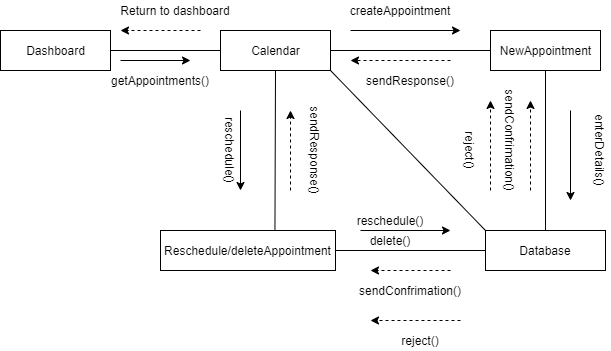
kkasharaj17/SE-project keeps this draw.io diagram as Diagrams/Collaboration Diagrams/COL_04-05-06-07-08-09_Create Reschedule Delete Accept.png. Above is the earlier version. Source tidied: cells renumbered, new cells last; positions are measured from the earlier drawing's top-left corner, leaving out a move shared by most shapes. Source of this version:
```xml
<mxGraphModel>
  <root>
    <mxCell id="0" />
    <mxCell id="1" parent="0" />
    <mxCell id="2" value="Dashboard" style="html=1;" parent="1" vertex="1">
      <mxGeometry y="30" width="110" height="40" as="geometry" />
    </mxCell>
    <mxCell id="3" value="Calendar" style="html=1;" parent="1" vertex="1">
      <mxGeometry x="220" y="30" width="110" height="40" as="geometry" />
    </mxCell>
    <mxCell id="4" value="NewAppointment" style="html=1;" parent="1" vertex="1">
      <mxGeometry x="490" y="30" width="110" height="40" as="geometry" />
    </mxCell>
    <mxCell id="5" style="endArrow=none;html=1;exitX=1;exitY=0.5;exitDx=0;exitDy=0;entryX=0;entryY=0.5;entryDx=0;entryDy=0;" parent="1" edge="1" source="2" target="3">
      <mxGeometry relative="1" as="geometry" />
    </mxCell>
    <mxCell id="6" style="endArrow=none;html=1;exitX=0;exitY=0.5;exitDx=0;exitDy=0;entryX=1;entryY=0.5;entryDx=0;entryDy=0;" parent="1" edge="1" source="4" target="3">
      <mxGeometry relative="1" as="geometry" />
    </mxCell>
    <mxCell id="7" value="Database" style="rounded=0;whiteSpace=wrap;html=1;" parent="1" vertex="1">
      <mxGeometry x="485" y="230" width="120" height="40" as="geometry" />
    </mxCell>
    <mxCell id="8" value="Reschedule/deleteAppointment" style="rounded=0;whiteSpace=wrap;html=1;" parent="1" vertex="1">
      <mxGeometry x="160" y="230" width="175" height="40" as="geometry" />
    </mxCell>
    <mxCell id="9" style="endArrow=none;html=1;exitX=0.5;exitY=1;exitDx=0;exitDy=0;entryX=0.5;entryY=0;entryDx=0;entryDy=0;" parent="1" edge="1" source="4" target="7">
      <mxGeometry relative="1" as="geometry" />
    </mxCell>
    <mxCell id="10" style="endArrow=none;html=1;exitX=0;exitY=0.5;exitDx=0;exitDy=0;entryX=1;entryY=0.5;entryDx=0;entryDy=0;" parent="1" edge="1" source="7" target="8">
      <mxGeometry relative="1" as="geometry" />
    </mxCell>
    <mxCell id="11" style="endArrow=none;html=1;exitX=0.654;exitY=-0.025;exitDx=0;exitDy=0;entryX=0.5;entryY=1;entryDx=0;entryDy=0;exitPerimeter=0;" parent="1" edge="1" source="8" target="3">
      <mxGeometry relative="1" as="geometry" />
    </mxCell>
    <mxCell id="12" style="endArrow=none;html=1;exitX=1;exitY=1;exitDx=0;exitDy=0;entryX=0;entryY=0;entryDx=0;entryDy=0;" parent="1" edge="1" source="3" target="7">
      <mxGeometry relative="1" as="geometry" />
    </mxCell>
    <mxCell id="13" style="endArrow=classic;html=1;dashed=1;" parent="1" edge="1">
      <mxGeometry relative="1" as="geometry">
        <mxPoint x="200" y="30" as="sourcePoint" />
        <mxPoint x="120" y="30" as="targetPoint" />
      </mxGeometry>
    </mxCell>
    <mxCell id="14" value="Return to dashboard" style="text;html=1;strokeColor=none;fillColor=none;align=center;verticalAlign=middle;whiteSpace=wrap;rounded=0;" parent="1" vertex="1">
      <mxGeometry x="100" width="150" height="20" as="geometry" />
    </mxCell>
    <mxCell id="15" style="endArrow=classic;html=1;" parent="1" edge="1">
      <mxGeometry relative="1" as="geometry">
        <mxPoint x="350" y="30" as="sourcePoint" />
        <mxPoint x="460" y="30" as="targetPoint" />
      </mxGeometry>
    </mxCell>
    <mxCell id="16" value="createAppointment" style="text;html=1;strokeColor=none;fillColor=none;align=center;verticalAlign=middle;whiteSpace=wrap;rounded=0;" parent="1" vertex="1">
      <mxGeometry x="380" width="40" height="20" as="geometry" />
    </mxCell>
    <mxCell id="17" style="endArrow=classic;html=1;" parent="1" edge="1">
      <mxGeometry relative="1" as="geometry">
        <mxPoint x="570" y="110" as="sourcePoint" />
        <mxPoint x="570" y="200" as="targetPoint" />
      </mxGeometry>
    </mxCell>
    <mxCell id="18" style="endArrow=classic;html=1;" parent="1" edge="1">
      <mxGeometry relative="1" as="geometry">
        <mxPoint x="360" y="230" as="sourcePoint" />
        <mxPoint x="450" y="230" as="targetPoint" />
      </mxGeometry>
    </mxCell>
    <mxCell id="19" value="reschedule()" style="text;html=1;strokeColor=none;fillColor=none;align=center;verticalAlign=middle;whiteSpace=wrap;rounded=0;" parent="1" vertex="1">
      <mxGeometry x="370" y="210" width="40" height="20" as="geometry" />
    </mxCell>
    <mxCell id="20" value="reschedule()" style="text;html=1;strokeColor=none;fillColor=none;align=center;verticalAlign=middle;whiteSpace=wrap;rounded=0;rotation=90;" parent="1" vertex="1">
      <mxGeometry x="210" y="140" width="40" height="20" as="geometry" />
    </mxCell>
    <mxCell id="21" style="endArrow=classic;html=1;" parent="1" edge="1">
      <mxGeometry relative="1" as="geometry">
        <mxPoint x="240" y="110" as="sourcePoint" />
        <mxPoint x="240" y="190" as="targetPoint" />
      </mxGeometry>
    </mxCell>
    <mxCell id="22" style="endArrow=classic;html=1;dashed=1;" parent="1" edge="1">
      <mxGeometry relative="1" as="geometry">
        <mxPoint x="290" y="190" as="sourcePoint" />
        <mxPoint x="290" y="110" as="targetPoint" />
      </mxGeometry>
    </mxCell>
    <mxCell id="23" style="endArrow=classic;html=1;dashed=1;" parent="1" edge="1">
      <mxGeometry relative="1" as="geometry">
        <mxPoint x="450" y="270" as="sourcePoint" />
        <mxPoint x="370" y="270" as="targetPoint" />
      </mxGeometry>
    </mxCell>
    <mxCell id="24" style="endArrow=classic;html=1;dashed=1;" parent="1" edge="1">
      <mxGeometry relative="1" as="geometry">
        <mxPoint x="530" y="190" as="sourcePoint" />
        <mxPoint x="530" y="100" as="targetPoint" />
      </mxGeometry>
    </mxCell>
    <mxCell id="25" style="endArrow=classic;html=1;dashed=1;" parent="1" edge="1">
      <mxGeometry relative="1" as="geometry">
        <mxPoint x="450" y="60" as="sourcePoint" />
        <mxPoint x="350" y="60" as="targetPoint" />
      </mxGeometry>
    </mxCell>
    <mxCell id="26" value="sendConfrimation()" style="text;html=1;strokeColor=none;fillColor=none;align=center;verticalAlign=middle;whiteSpace=wrap;rounded=0;" parent="1" vertex="1">
      <mxGeometry x="390" y="280" width="40" height="20" as="geometry" />
    </mxCell>
    <mxCell id="27" value="sendResponse()" style="text;html=1;strokeColor=none;fillColor=none;align=center;verticalAlign=middle;whiteSpace=wrap;rounded=0;rotation=90;" parent="1" vertex="1">
      <mxGeometry x="295" y="140" width="40" height="20" as="geometry" />
    </mxCell>
    <mxCell id="28" value="sendConfrimation()" style="text;html=1;strokeColor=none;fillColor=none;align=center;verticalAlign=middle;whiteSpace=wrap;rounded=0;rotation=90;" parent="1" vertex="1">
      <mxGeometry x="490" y="130" width="40" height="20" as="geometry" />
    </mxCell>
    <mxCell id="29" value="sendResponse()" style="text;html=1;strokeColor=none;fillColor=none;align=center;verticalAlign=middle;whiteSpace=wrap;rounded=0;rotation=0;" parent="1" vertex="1">
      <mxGeometry x="390" y="70" width="40" height="20" as="geometry" />
    </mxCell>
    <mxCell id="30" style="endArrow=classic;html=1;dashed=1;" parent="1" edge="1">
      <mxGeometry relative="1" as="geometry">
        <mxPoint x="490" y="190" as="sourcePoint" />
        <mxPoint x="490" y="100" as="targetPoint" />
      </mxGeometry>
    </mxCell>
    <mxCell id="31" value="reject()" style="text;html=1;strokeColor=none;fillColor=none;align=center;verticalAlign=middle;whiteSpace=wrap;rounded=0;rotation=90;" parent="1" vertex="1">
      <mxGeometry x="450" y="140" width="40" height="20" as="geometry" />
    </mxCell>
    <mxCell id="32" style="endArrow=classic;html=1;dashed=1;" parent="1" edge="1">
      <mxGeometry relative="1" as="geometry">
        <mxPoint x="460" y="320" as="sourcePoint" />
        <mxPoint x="370" y="320" as="targetPoint" />
      </mxGeometry>
    </mxCell>
    <mxCell id="33" value="reject()" style="text;html=1;strokeColor=none;fillColor=none;align=center;verticalAlign=middle;whiteSpace=wrap;rounded=0;rotation=0;" parent="1" vertex="1">
      <mxGeometry x="400" y="330" width="40" height="20" as="geometry" />
    </mxCell>
    <mxCell id="34" value="enterDetails()" style="text;html=1;strokeColor=none;fillColor=none;align=center;verticalAlign=middle;whiteSpace=wrap;rounded=0;rotation=90;" parent="1" vertex="1">
      <mxGeometry x="580" y="140" width="40" height="20" as="geometry" />
    </mxCell>
    <mxCell id="35" value="getAppointments()" style="text;html=1;strokeColor=none;fillColor=none;align=center;verticalAlign=middle;whiteSpace=wrap;rounded=0;" parent="1" vertex="1">
      <mxGeometry x="140" y="70" width="40" height="20" as="geometry" />
    </mxCell>
    <mxCell id="36" style="endArrow=classic;html=1;" parent="1" edge="1">
      <mxGeometry relative="1" as="geometry">
        <mxPoint x="120" y="60" as="sourcePoint" />
        <mxPoint x="190" y="60" as="targetPoint" />
      </mxGeometry>
    </mxCell>
    <mxCell id="37" value="delete()" style="text;html=1;strokeColor=none;fillColor=none;align=center;verticalAlign=middle;whiteSpace=wrap;rounded=0;" parent="1" vertex="1">
      <mxGeometry x="370" y="230" width="40" height="20" as="geometry" />
    </mxCell>
  </root>
</mxGraphModel>
```
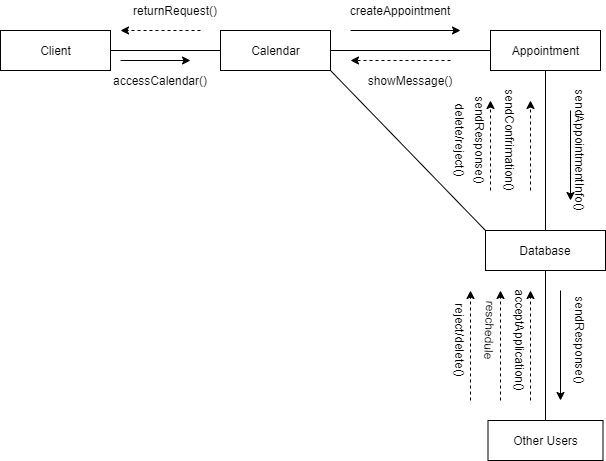
After the commit.

Change to the diagram source:
```diff
@@ -2,13 +2,13 @@
   <root>
     <mxCell id="0" />
     <mxCell id="1" parent="0" />
-    <mxCell id="2" value="Dashboard" style="html=1;" parent="1" vertex="1">
+    <mxCell id="2" value="Client" style="html=1;" parent="1" vertex="1">
       <mxGeometry y="30" width="110" height="40" as="geometry" />
     </mxCell>
     <mxCell id="3" value="Calendar" style="html=1;" parent="1" vertex="1">
       <mxGeometry x="220" y="30" width="110" height="40" as="geometry" />
     </mxCell>
-    <mxCell id="4" value="NewAppointment" style="html=1;" parent="1" vertex="1">
+    <mxCell id="4" value="Appointment" style="html=1;" parent="1" vertex="1">
       <mxGeometry x="490" y="30" width="110" height="40" as="geometry" />
     </mxCell>
     <mxCell id="5" style="endArrow=none;html=1;exitX=1;exitY=0.5;exitDx=0;exitDy=0;entryX=0;entryY=0.5;entryDx=0;entryDy=0;" parent="1" edge="1" source="2" target="3">
@@ -20,18 +20,15 @@
     <mxCell id="7" value="Database" style="rounded=0;whiteSpace=wrap;html=1;" parent="1" vertex="1">
       <mxGeometry x="485" y="230" width="120" height="40" as="geometry" />
     </mxCell>
-    <mxCell id="8" value="Reschedule/deleteAppointment" style="rounded=0;whiteSpace=wrap;html=1;" parent="1" vertex="1">
-      <mxGeometry x="160" y="230" width="175" height="40" as="geometry" />
+    <mxCell id="8" value="Other Users" style="rounded=0;whiteSpace=wrap;html=1;" parent="1" vertex="1">
+      <mxGeometry x="487.5" y="420" width="115" height="40" as="geometry" />
     </mxCell>
     <mxCell id="9" style="endArrow=none;html=1;exitX=0.5;exitY=1;exitDx=0;exitDy=0;entryX=0.5;entryY=0;entryDx=0;entryDy=0;" parent="1" edge="1" source="4" target="7">
       <mxGeometry relative="1" as="geometry" />
     </mxCell>
-    <mxCell id="10" style="endArrow=none;html=1;exitX=0;exitY=0.5;exitDx=0;exitDy=0;entryX=1;entryY=0.5;entryDx=0;entryDy=0;" parent="1" edge="1" source="7" target="8">
+    <mxCell id="10" style="endArrow=none;html=1;exitX=0.5;exitY=1;exitDx=0;exitDy=0;entryX=0.5;entryY=0;entryDx=0;entryDy=0;" parent="1" edge="1" source="7" target="8">
       <mxGeometry relative="1" as="geometry" />
     </mxCell>
-    <mxCell id="11" style="endArrow=none;html=1;exitX=0.654;exitY=-0.025;exitDx=0;exitDy=0;entryX=0.5;entryY=1;entryDx=0;entryDy=0;exitPerimeter=0;" parent="1" edge="1" source="8" target="3">
-      <mxGeometry relative="1" as="geometry" />
-    </mxCell>
     <mxCell id="12" style="endArrow=none;html=1;exitX=1;exitY=1;exitDx=0;exitDy=0;entryX=0;entryY=0;entryDx=0;entryDy=0;" parent="1" edge="1" source="3" target="7">
       <mxGeometry relative="1" as="geometry" />
     </mxCell>
@@ -41,7 +38,7 @@
         <mxPoint x="120" y="30" as="targetPoint" />
       </mxGeometry>
     </mxCell>
-    <mxCell id="14" value="Return to dashboard" style="text;html=1;strokeColor=none;fillColor=none;align=center;verticalAlign=middle;whiteSpace=wrap;rounded=0;" parent="1" vertex="1">
+    <mxCell id="14" value="returnRequest()" style="text;html=1;strokeColor=none;fillColor=none;align=center;verticalAlign=middle;whiteSpace=wrap;rounded=0;" parent="1" vertex="1">
       <mxGeometry x="100" width="150" height="20" as="geometry" />
     </mxCell>
     <mxCell id="15" style="endArrow=classic;html=1;" parent="1" edge="1">
@@ -61,32 +58,17 @@
     </mxCell>
     <mxCell id="18" style="endArrow=classic;html=1;" parent="1" edge="1">
       <mxGeometry relative="1" as="geometry">
-        <mxPoint x="360" y="230" as="sourcePoint" />
-        <mxPoint x="450" y="230" as="targetPoint" />
+        <mxPoint x="560" y="290" as="sourcePoint" />
+        <mxPoint x="560" y="400" as="targetPoint" />
       </mxGeometry>
     </mxCell>
-    <mxCell id="19" value="reschedule()" style="text;html=1;strokeColor=none;fillColor=none;align=center;verticalAlign=middle;whiteSpace=wrap;rounded=0;" parent="1" vertex="1">
-      <mxGeometry x="370" y="210" width="40" height="20" as="geometry" />
+    <mxCell id="19" value="sendResponse()" style="text;html=1;strokeColor=none;fillColor=none;align=center;verticalAlign=middle;whiteSpace=wrap;rounded=0;rotation=90;" parent="1" vertex="1">
+      <mxGeometry x="560" y="330" width="40" height="20" as="geometry" />
     </mxCell>
-    <mxCell id="20" value="reschedule()" style="text;html=1;strokeColor=none;fillColor=none;align=center;verticalAlign=middle;whiteSpace=wrap;rounded=0;rotation=90;" parent="1" vertex="1">
-      <mxGeometry x="210" y="140" width="40" height="20" as="geometry" />
-    </mxCell>
-    <mxCell id="21" style="endArrow=classic;html=1;" parent="1" edge="1">
-      <mxGeometry relative="1" as="geometry">
-        <mxPoint x="240" y="110" as="sourcePoint" />
-        <mxPoint x="240" y="190" as="targetPoint" />
-      </mxGeometry>
-    </mxCell>
-    <mxCell id="22" style="endArrow=classic;html=1;dashed=1;" parent="1" edge="1">
-      <mxGeometry relative="1" as="geometry">
-        <mxPoint x="290" y="190" as="sourcePoint" />
-        <mxPoint x="290" y="110" as="targetPoint" />
-      </mxGeometry>
-    </mxCell>
     <mxCell id="23" style="endArrow=classic;html=1;dashed=1;" parent="1" edge="1">
       <mxGeometry relative="1" as="geometry">
-        <mxPoint x="450" y="270" as="sourcePoint" />
-        <mxPoint x="370" y="270" as="targetPoint" />
+        <mxPoint x="470" y="400" as="sourcePoint" />
+        <mxPoint x="470" y="290" as="targetPoint" />
       </mxGeometry>
     </mxCell>
     <mxCell id="24" style="endArrow=classic;html=1;dashed=1;" parent="1" edge="1">
@@ -101,16 +83,16 @@
         <mxPoint x="350" y="60" as="targetPoint" />
       </mxGeometry>
     </mxCell>
-    <mxCell id="26" value="sendConfrimation()" style="text;html=1;strokeColor=none;fillColor=none;align=center;verticalAlign=middle;whiteSpace=wrap;rounded=0;" parent="1" vertex="1">
-      <mxGeometry x="390" y="280" width="40" height="20" as="geometry" />
+    <mxCell id="26" value="acceptApplication()" style="text;html=1;strokeColor=none;fillColor=none;align=center;verticalAlign=middle;whiteSpace=wrap;rounded=0;rotation=90;" parent="1" vertex="1">
+      <mxGeometry x="500" y="330" width="40" height="20" as="geometry" />
     </mxCell>
     <mxCell id="27" value="sendResponse()" style="text;html=1;strokeColor=none;fillColor=none;align=center;verticalAlign=middle;whiteSpace=wrap;rounded=0;rotation=90;" parent="1" vertex="1">
-      <mxGeometry x="295" y="140" width="40" height="20" as="geometry" />
+      <mxGeometry x="460" y="130" width="40" height="20" as="geometry" />
     </mxCell>
     <mxCell id="28" value="sendConfrimation()" style="text;html=1;strokeColor=none;fillColor=none;align=center;verticalAlign=middle;whiteSpace=wrap;rounded=0;rotation=90;" parent="1" vertex="1">
       <mxGeometry x="490" y="130" width="40" height="20" as="geometry" />
     </mxCell>
-    <mxCell id="29" value="sendResponse()" style="text;html=1;strokeColor=none;fillColor=none;align=center;verticalAlign=middle;whiteSpace=wrap;rounded=0;rotation=0;" parent="1" vertex="1">
+    <mxCell id="29" value="showMessage()" style="text;html=1;strokeColor=none;fillColor=none;align=center;verticalAlign=middle;whiteSpace=wrap;rounded=0;rotation=0;" parent="1" vertex="1">
       <mxGeometry x="390" y="70" width="40" height="20" as="geometry" />
     </mxCell>
     <mxCell id="30" style="endArrow=classic;html=1;dashed=1;" parent="1" edge="1">
@@ -119,22 +101,19 @@
         <mxPoint x="490" y="100" as="targetPoint" />
       </mxGeometry>
     </mxCell>
-    <mxCell id="31" value="reject()" style="text;html=1;strokeColor=none;fillColor=none;align=center;verticalAlign=middle;whiteSpace=wrap;rounded=0;rotation=90;" parent="1" vertex="1">
-      <mxGeometry x="450" y="140" width="40" height="20" as="geometry" />
-    </mxCell>
     <mxCell id="32" style="endArrow=classic;html=1;dashed=1;" parent="1" edge="1">
       <mxGeometry relative="1" as="geometry">
-        <mxPoint x="460" y="320" as="sourcePoint" />
-        <mxPoint x="370" y="320" as="targetPoint" />
+        <mxPoint x="500" y="400" as="sourcePoint" />
+        <mxPoint x="500" y="290" as="targetPoint" />
       </mxGeometry>
     </mxCell>
-    <mxCell id="33" value="reject()" style="text;html=1;strokeColor=none;fillColor=none;align=center;verticalAlign=middle;whiteSpace=wrap;rounded=0;rotation=0;" parent="1" vertex="1">
-      <mxGeometry x="400" y="330" width="40" height="20" as="geometry" />
+    <mxCell id="33" value="reschedule" style="text;html=1;strokeColor=none;fillColor=none;align=center;verticalAlign=middle;whiteSpace=wrap;rounded=0;rotation=92;" parent="1" vertex="1">
+      <mxGeometry x="470" y="320" width="40" height="20" as="geometry" />
     </mxCell>
-    <mxCell id="34" value="enterDetails()" style="text;html=1;strokeColor=none;fillColor=none;align=center;verticalAlign=middle;whiteSpace=wrap;rounded=0;rotation=90;" parent="1" vertex="1">
-      <mxGeometry x="580" y="140" width="40" height="20" as="geometry" />
+    <mxCell id="34" value="sendAppointmentInfo()" style="text;html=1;strokeColor=none;fillColor=none;align=center;verticalAlign=middle;whiteSpace=wrap;rounded=0;rotation=90;" parent="1" vertex="1">
+      <mxGeometry x="560" y="140" width="40" height="20" as="geometry" />
     </mxCell>
-    <mxCell id="35" value="getAppointments()" style="text;html=1;strokeColor=none;fillColor=none;align=center;verticalAlign=middle;whiteSpace=wrap;rounded=0;" parent="1" vertex="1">
+    <mxCell id="35" value="accessCalendar()" style="text;html=1;strokeColor=none;fillColor=none;align=center;verticalAlign=middle;whiteSpace=wrap;rounded=0;" parent="1" vertex="1">
       <mxGeometry x="140" y="70" width="40" height="20" as="geometry" />
     </mxCell>
     <mxCell id="36" style="endArrow=classic;html=1;" parent="1" edge="1">
@@ -143,8 +122,17 @@
         <mxPoint x="190" y="60" as="targetPoint" />
       </mxGeometry>
     </mxCell>
-    <mxCell id="37" value="delete()" style="text;html=1;strokeColor=none;fillColor=none;align=center;verticalAlign=middle;whiteSpace=wrap;rounded=0;" parent="1" vertex="1">
-      <mxGeometry x="370" y="230" width="40" height="20" as="geometry" />
+    <mxCell id="37" value="delete/reject()" style="text;html=1;strokeColor=none;fillColor=none;align=center;verticalAlign=middle;whiteSpace=wrap;rounded=0;rotation=90;" parent="1" vertex="1">
+      <mxGeometry x="440" y="130" width="40" height="20" as="geometry" />
     </mxCell>
+    <mxCell id="38" style="endArrow=classic;html=1;dashed=1;" parent="1" edge="1">
+      <mxGeometry relative="1" as="geometry">
+        <mxPoint x="530" y="400" as="sourcePoint" />
+        <mxPoint x="530" y="290" as="targetPoint" />
+      </mxGeometry>
+    </mxCell>
+    <mxCell id="39" value="reject/delete()" style="text;html=1;strokeColor=none;fillColor=none;align=center;verticalAlign=middle;whiteSpace=wrap;rounded=0;rotation=90;" parent="1" vertex="1">
+      <mxGeometry x="440" y="330" width="40" height="20" as="geometry" />
+    </mxCell>
   </root>
 </mxGraphModel>
```
